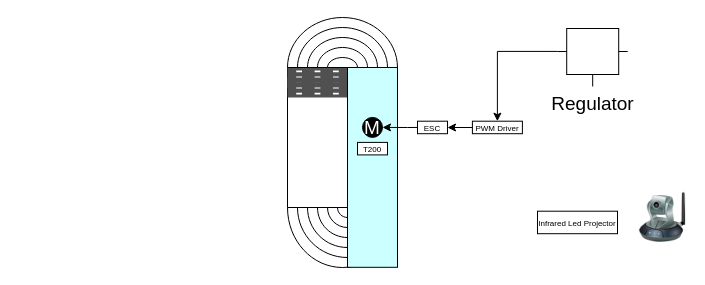
This is Başlıksız Diyagram.drawio from mmuurraatt/Graduation-Project, a draw.io file, before an edit. Source tidied: cells renumbered, new cells numbered last; positions are measured from the earlier drawing's top-left corner, leaving out a move shared by most shapes. Both pictures are drawn from the tidied source at 100%, with x=0, y=0 at pixel (272, 17).
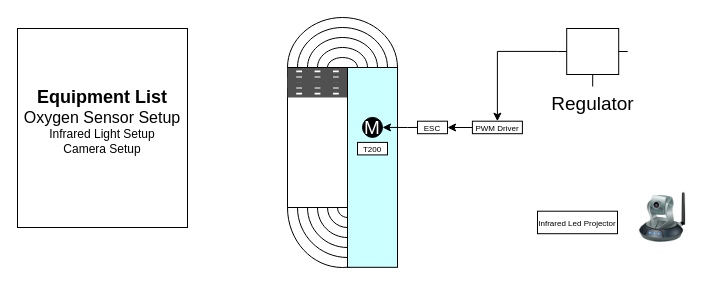
The same page after the edit.

Diff of the diagram source:
```diff
@@
+    <mxCell id="28" value="&lt;font style=&quot;&quot;&gt;&lt;span style=&quot;font-size: 18px;&quot;&gt;&lt;b&gt;Equipment List&lt;/b&gt;&lt;/span&gt;&lt;br&gt;&lt;font size=&quot;3&quot;&gt;Oxygen Sensor Setup&lt;br&gt;&lt;/font&gt;Infrared Light Setup&lt;br&gt;Camera Setup&lt;br&gt;&lt;br&gt;&lt;/font&gt;" style="rounded=0;whiteSpace=wrap;html=1;" parent="1" vertex="1">
+      <mxGeometry x="-255" y="11" width="170" height="199" as="geometry" />
+    </mxCell>
```
